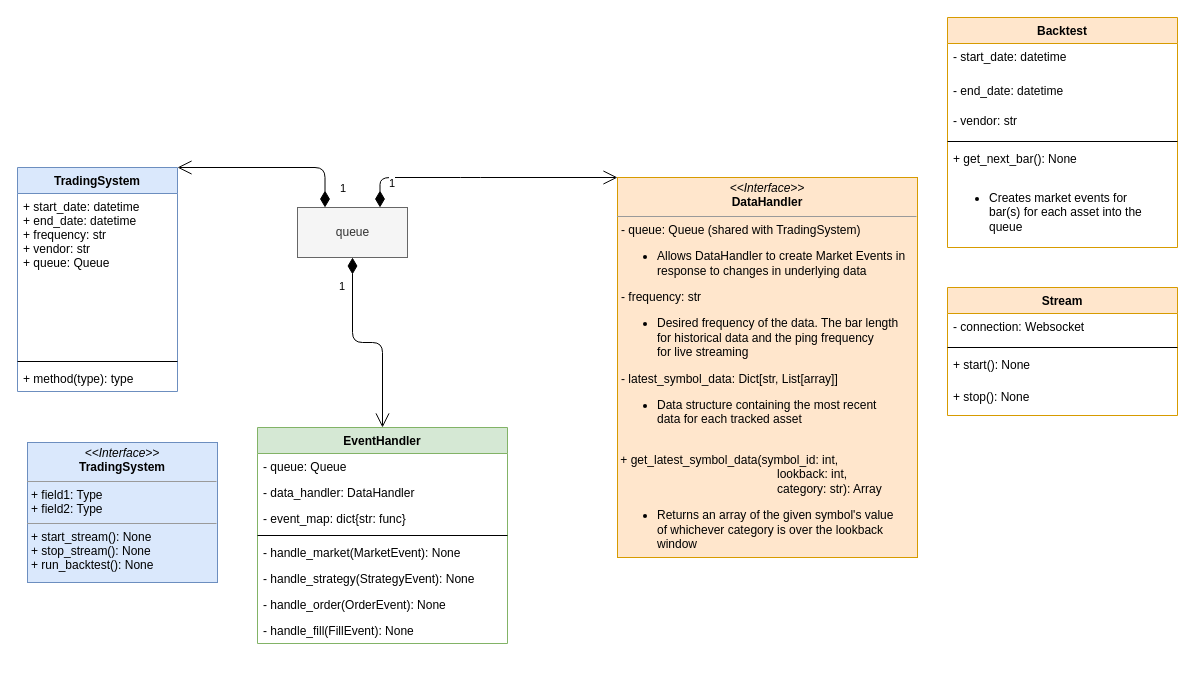
Earlier version of the draw.io diagram Diagrams/System & Datahandler.drawio (leowotzak/LJWEquities). Source tidied: cells renumbered, new cells numbered last; positions are measured from the earlier drawing's top-left corner, leaving out a move shared by most shapes. Both pictures are drawn from the tidied source at 100%, with x=0, y=0 at pixel (17, 17).
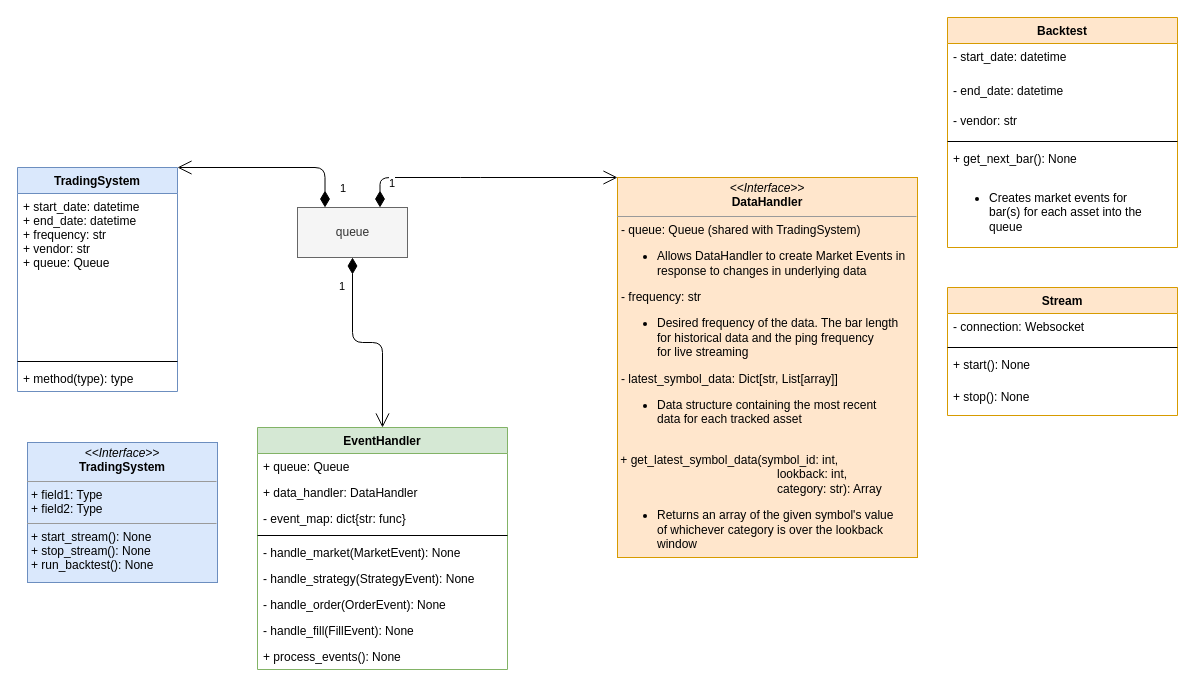
The same page after the edit.

Change to the diagram source:
```diff
@@
     <mxCell id="6" value="EventHandler" style="swimlane;fontStyle=1;align=center;verticalAlign=top;horizontal=1;startSize=26;fillColor=#d5e8d4;strokeColor=#82b366;" parent="1" vertex="1">
-      <mxGeometry x="240" y="410" width="250" height="216" as="geometry" />
+      <mxGeometry x="240" y="410" width="250" height="242" as="geometry" />
     </mxCell>
-    <mxCell id="7" value="- queue: Queue" style="text;strokeColor=none;fillColor=none;align=left;verticalAlign=top;spacingLeft=4;spacingRight=4;overflow=hidden;" parent="6" vertex="1">
+    <mxCell id="7" value="+ queue: Queue" style="text;strokeColor=none;fillColor=none;align=left;verticalAlign=top;spacingLeft=4;spacingRight=4;overflow=hidden;" parent="6" vertex="1">
       <mxGeometry y="26" width="250" height="26" as="geometry" />
     </mxCell>
-    <mxCell id="8" value="- data_handler: DataHandler" style="text;strokeColor=none;fillColor=none;align=left;verticalAlign=top;spacingLeft=4;spacingRight=4;overflow=hidden;" parent="6" vertex="1">
+    <mxCell id="8" value="+ data_handler: DataHandler" style="text;strokeColor=none;fillColor=none;align=left;verticalAlign=top;spacingLeft=4;spacingRight=4;overflow=hidden;" parent="6" vertex="1">
       <mxGeometry y="52" width="250" height="26" as="geometry" />
     </mxCell>
@@
+    <mxCell id="33" value="+ process_events(): None" style="text;strokeColor=none;fillColor=none;align=left;verticalAlign=top;spacingLeft=4;spacingRight=4;overflow=hidden;" parent="6" vertex="1">
+      <mxGeometry y="216" width="250" height="26" as="geometry" />
+    </mxCell>
```
